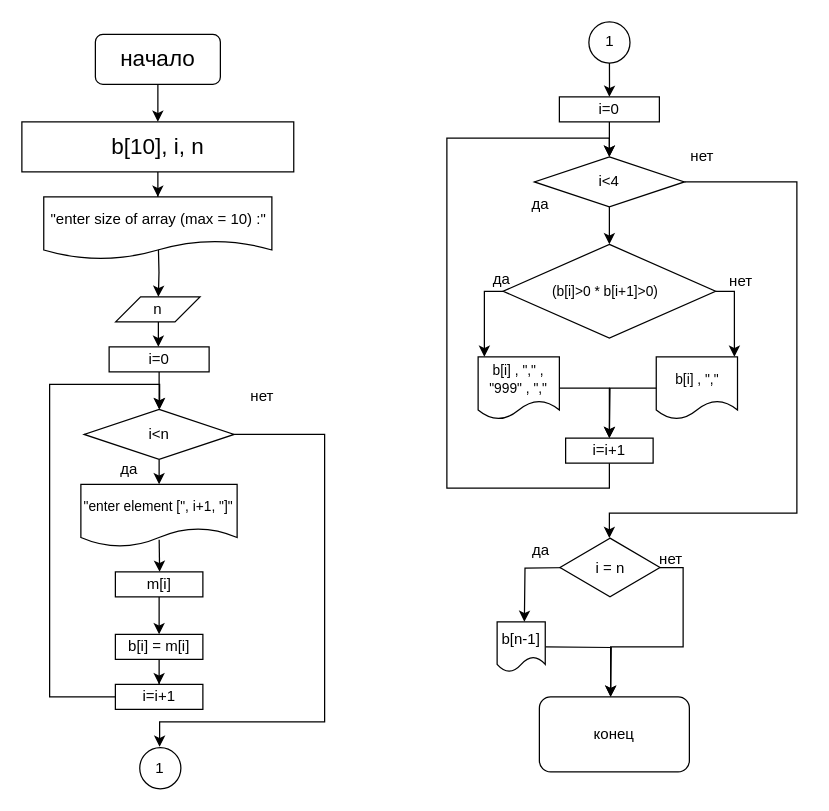
Before: 4/4.2.drawio in klep1koff/lifeishard, a draw.io diagram. Source tidied: cells renumbered, new cells numbered last; positions are measured from the earlier drawing's top-left corner, leaving out a move shared by most shapes. Both pictures are drawn from the tidied source at 125%, with x=0, y=0 at pixel (21, 21).
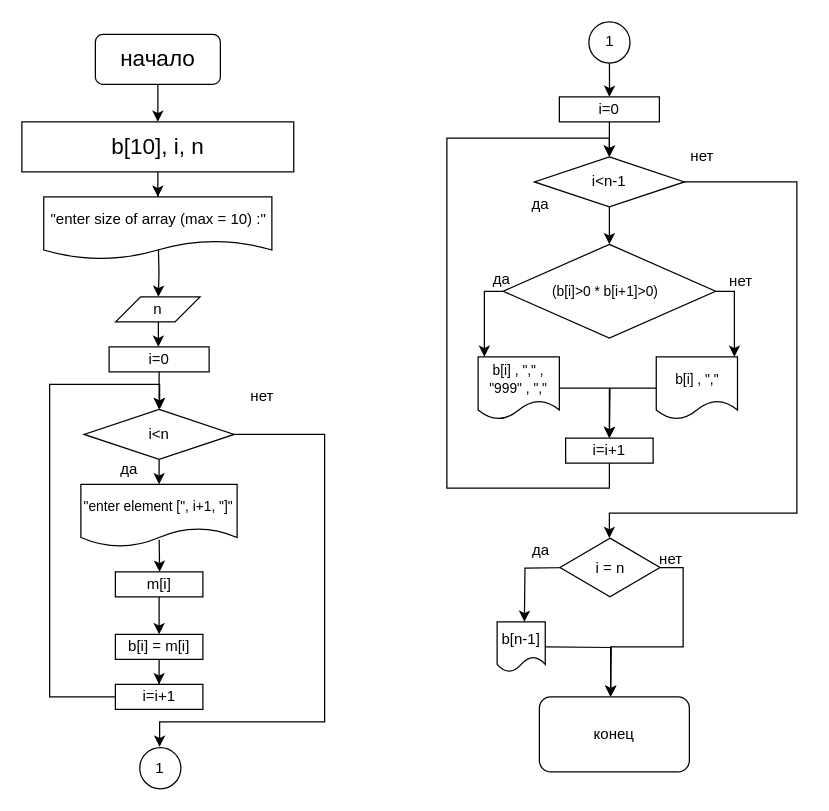
The same page after the edit.

The edit, as a diff of the source:
```diff
@@
-    <mxCell id="10" value="i&amp;lt;4" style="rhombus;whiteSpace=wrap;html=1;rounded=0;" parent="1" vertex="1">
+    <mxCell id="10" value="i&amp;lt;n-1" style="rhombus;whiteSpace=wrap;html=1;rounded=0;" parent="1" vertex="1">
       <mxGeometry x="410" y="108" width="120" height="40" as="geometry" />
     </mxCell>
```
